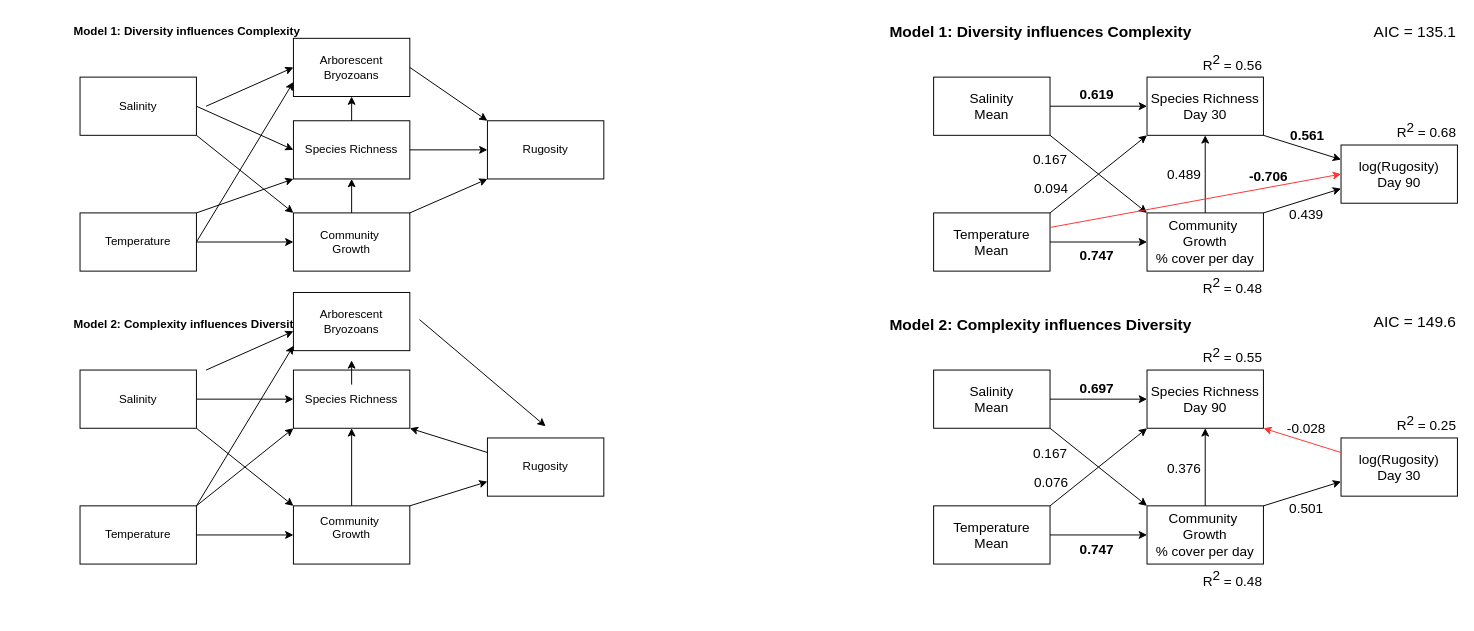
mawhal/panels-complexity keeps this draw.io diagram as sem/Panels SEM.drawio. Above is the earlier version. Source tidied: cells renumbered, new cells numbered last; positions are measured from the earlier drawing's top-left corner, leaving out a move shared by most shapes. Both pictures are drawn from the tidied source at 97%, with x=0, y=0 at pixel (70, 16).
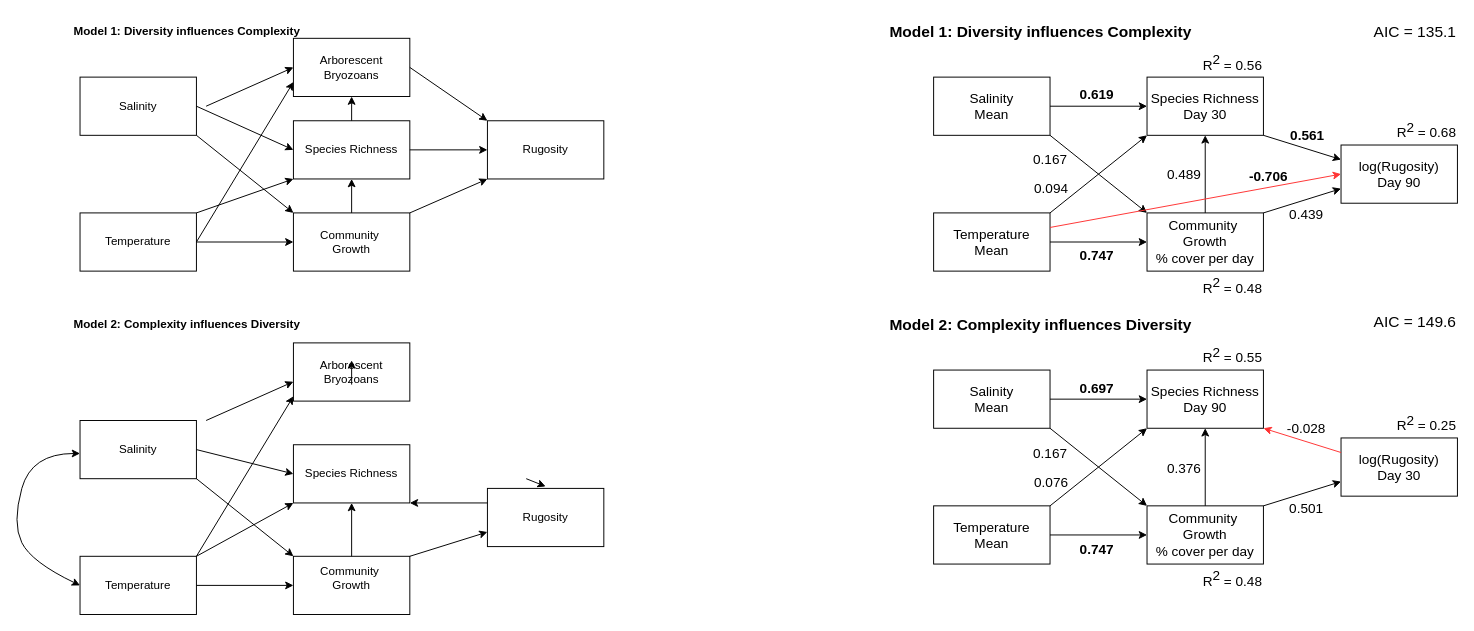
After the change.

Unchanged cells that the change refers to:
```xml
<mxCell id="78" value="Arborescent Bryozoans" style="rounded=0;whiteSpace=wrap;html=1;" parent="1" vertex="1">
  <mxGeometry x="230" y="22" width="120" height="60" as="geometry" />
</mxCell>
```

What changed in the source:
```diff
@@
     <mxCell id="10" style="endArrow=classic;html=1;rounded=0;exitX=1;exitY=0;exitDx=0;exitDy=0;entryX=0;entryY=0.75;entryDx=0;entryDy=0;" parent="1" edge="1">
       <mxGeometry relative="1" as="geometry">
-        <mxPoint x="350" y="504" as="sourcePoint" />
-        <mxPoint x="430" y="479" as="targetPoint" />
+        <mxPoint x="350" y="556" as="sourcePoint" />
+        <mxPoint x="430" y="531" as="targetPoint" />
       </mxGeometry>
     </mxCell>
@@
     <mxCell id="13" value="Salinity" style="rounded=0;whiteSpace=wrap;html=1;" parent="1" vertex="1">
-      <mxGeometry x="10" y="364" width="120" height="60" as="geometry" />
+      <mxGeometry x="10" y="416" width="120" height="60" as="geometry" />
     </mxCell>
     <mxCell id="14" value="Community&amp;nbsp;&lt;div&gt;Growth&lt;/div&gt;&lt;div&gt;&lt;br&gt;&lt;/div&gt;" style="whiteSpace=wrap;html=1;rounded=0;" parent="1" vertex="1">
-      <mxGeometry x="230" y="504" width="120" height="60" as="geometry" />
+      <mxGeometry x="230" y="556" width="120" height="60" as="geometry" />
     </mxCell>
     <mxCell id="15" value="Species Richness" style="whiteSpace=wrap;html=1;rounded=0;" parent="1" vertex="1">
-      <mxGeometry x="230" y="364" width="120" height="60" as="geometry" />
+      <mxGeometry x="230" y="441" width="120" height="60" as="geometry" />
     </mxCell>
@@
     <mxCell id="17" value="Temperature" style="rounded=0;whiteSpace=wrap;html=1;" parent="1" vertex="1">
-      <mxGeometry x="10" y="504" width="120" height="60" as="geometry" />
+      <mxGeometry x="10" y="556" width="120" height="60" as="geometry" />
     </mxCell>
     <mxCell id="18" value="Rugosity" style="whiteSpace=wrap;html=1;rounded=0;" parent="1" vertex="1">
-      <mxGeometry x="430" y="434" width="120" height="60" as="geometry" />
+      <mxGeometry x="430" y="486" width="120" height="60" as="geometry" />
     </mxCell>
@@
     <mxCell id="79" value="Arborescent Bryozoans" style="rounded=0;whiteSpace=wrap;html=1;" parent="1" vertex="1">
-      <mxGeometry x="230" y="284" width="120" height="60" as="geometry" />
+      <mxGeometry x="230" y="336" width="120" height="60" as="geometry" />
     </mxCell>
@@
+    <mxCell id="82" style="endArrow=classic;html=1;rounded=0;entryX=0;entryY=0.5;entryDx=0;entryDy=0;" parent="1" edge="1" target="78">
+      <mxGeometry relative="1" as="geometry">
+        <mxPoint x="140" y="92" as="sourcePoint" />
+      </mxGeometry>
+    </mxCell>
@@
-    <mxCell id="82" style="endArrow=classic;html=1;rounded=0;entryX=0;entryY=0.5;entryDx=0;entryDy=0;" parent="1" edge="1" target="78">
-      <mxGeometry relative="1" as="geometry">
-        <mxPoint x="140" y="92" as="sourcePoint" />
-      </mxGeometry>
-    </mxCell>
@@
-    <mxCell id="84" style="endArrow=classic;html=1;rounded=0;" parent="1" edge="1">
+    <mxCell id="84" style="endArrow=classic;html=1;rounded=0;exitX=1;exitY=0.5;exitDx=0;exitDy=0;" parent="1" edge="1">
       <mxGeometry relative="1" as="geometry">
-        <mxPoint x="360" y="312" as="sourcePoint" />
-        <mxPoint x="490" y="422" as="targetPoint" />
+        <mxPoint x="470" y="476" as="sourcePoint" />
+        <mxPoint x="490" y="484" as="targetPoint" />
       </mxGeometry>
     </mxCell>
+    <mxCell id="86" style="endArrow=classic;html=1;rounded=0;entryX=0;entryY=0.5;entryDx=0;entryDy=0;" parent="1" edge="1">
+      <mxGeometry relative="1" as="geometry">
+        <mxPoint x="140" y="416" as="sourcePoint" />
+        <mxPoint x="230" y="376" as="targetPoint" />
+      </mxGeometry>
+    </mxCell>
@@
-    <mxCell id="86" style="endArrow=classic;html=1;rounded=0;entryX=0;entryY=0.5;entryDx=0;entryDy=0;" parent="1" edge="1">
-      <mxGeometry relative="1" as="geometry">
-        <mxPoint x="140" y="364" as="sourcePoint" />
-        <mxPoint x="230" y="324" as="targetPoint" />
-      </mxGeometry>
-    </mxCell>
     <mxCell id="87" style="endArrow=classic;html=1;rounded=0;entryX=0;entryY=0.75;entryDx=0;entryDy=0;exitX=1;exitY=0.5;exitDx=0;exitDy=0;" parent="1" edge="1">
       <mxGeometry relative="1" as="geometry">
-        <mxPoint x="130" y="504" as="sourcePoint" />
-        <mxPoint x="230" y="339" as="targetPoint" />
+        <mxPoint x="130" y="556" as="sourcePoint" />
+        <mxPoint x="230" y="391" as="targetPoint" />
       </mxGeometry>
     </mxCell>
+    <mxCell id="88" style="curved=1;endArrow=classic;html=1;rounded=0;exitX=0;exitY=0.5;exitDx=0;exitDy=0;startArrow=classic;startFill=1;" parent="1" edge="1" source="17">
+      <mxGeometry relative="1" as="geometry">
+        <mxPoint x="10" y="450" as="targetPoint" />
+        <Array as="points">
+          <mxPoint x="-40" y="562" />
+          <mxPoint x="-60" y="522" />
+          <mxPoint x="-40" y="450" />
+        </Array>
+      </mxGeometry>
+    </mxCell>
```
